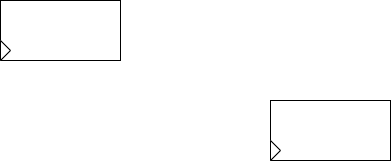
Above: Diagramma senza titolo.drawio.png in altomarigiulio/bookbot (draw.io), before the change. Source tidied: cells renumbered, new cells last; positions are measured from the earlier drawing's top-left corner, leaving out a move shared by most shapes.
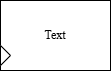
After the commit.

The edit, as a diff of the source:
```diff
@@ -2,17 +2,14 @@
   <root>
     <mxCell id="0" />
     <mxCell id="1" parent="0" />
-    <mxCell id="2" style="rounded=0;whiteSpace=wrap;html=1;" parent="1" vertex="1">
-      <mxGeometry width="120" height="60" as="geometry" />
+    <mxCell id="2" style="rounded=0;whiteSpace=wrap;html=1;fontColor=#727272;labelBorderColor=#585858;" parent="1" vertex="1">
+      <mxGeometry width="110" height="70" as="geometry" />
     </mxCell>
     <mxCell id="3" style="triangle;whiteSpace=wrap;html=1;" parent="1" vertex="1">
-      <mxGeometry y="40" width="10" height="20" as="geometry" />
+      <mxGeometry y="45" width="10" height="20" as="geometry" />
     </mxCell>
-    <mxCell id="4" style="rounded=0;whiteSpace=wrap;html=1;" parent="1" vertex="1">
-      <mxGeometry x="270" y="100" width="120" height="60" as="geometry" />
-    </mxCell>
-    <mxCell id="5" style="triangle;whiteSpace=wrap;html=1;" parent="1" vertex="1">
-      <mxGeometry x="270" y="140" width="10" height="20" as="geometry" />
-    </mxCell>
+    <mxCell id="6" value="Text" style="text;strokeColor=none;align=center;fillColor=none;html=1;verticalAlign=middle;whiteSpace=wrap;rounded=0;fontFamily=Latin Modern Roman;" parent="1" vertex="1">
+      <mxGeometry x="25" y="20" width="60" height="30" as="geometry" />
+    </mxCell>
   </root>
 </mxGraphModel>
```
